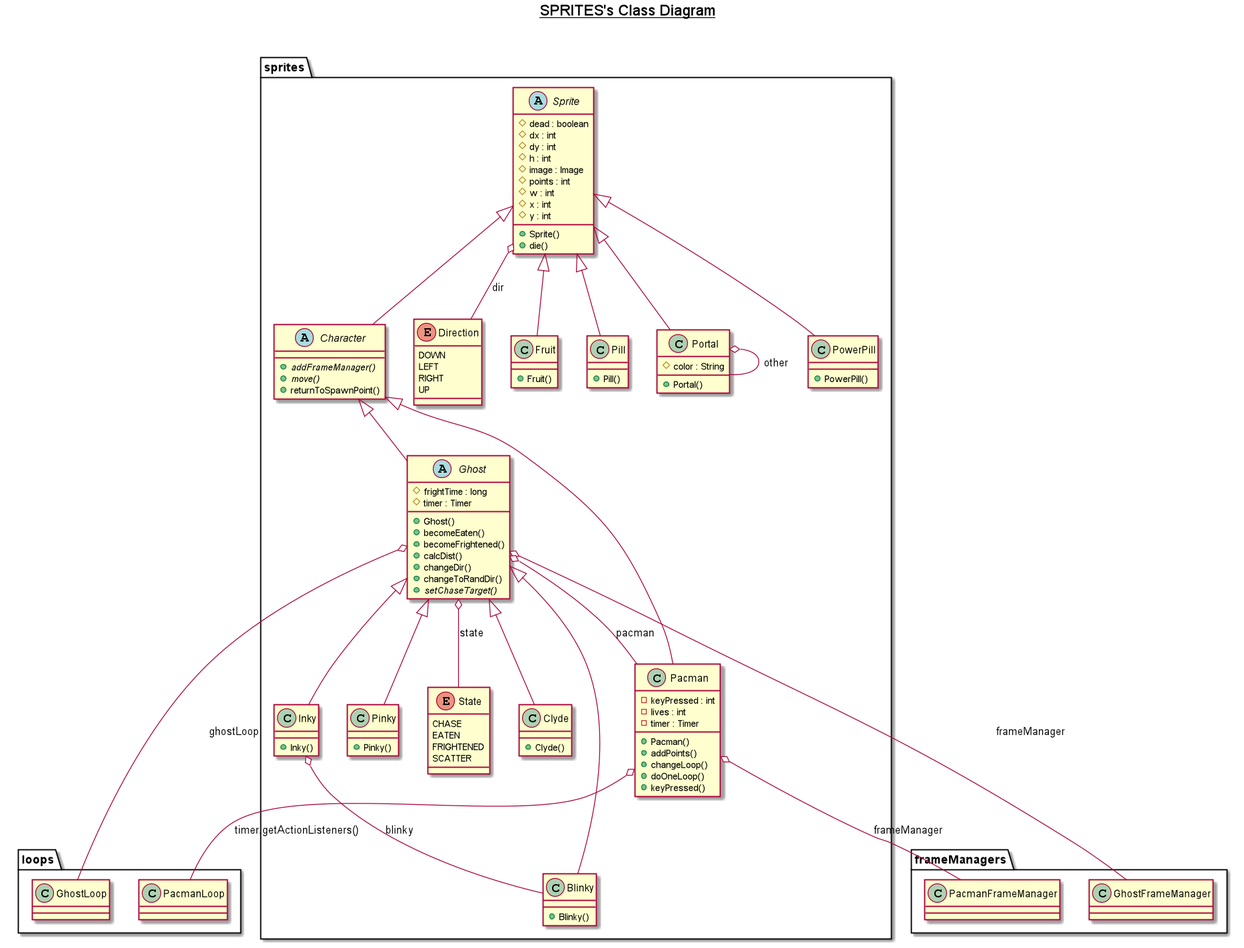
Above: UMLs/sprites.png in frnocentini/jpacman (PlantUML), before the change.
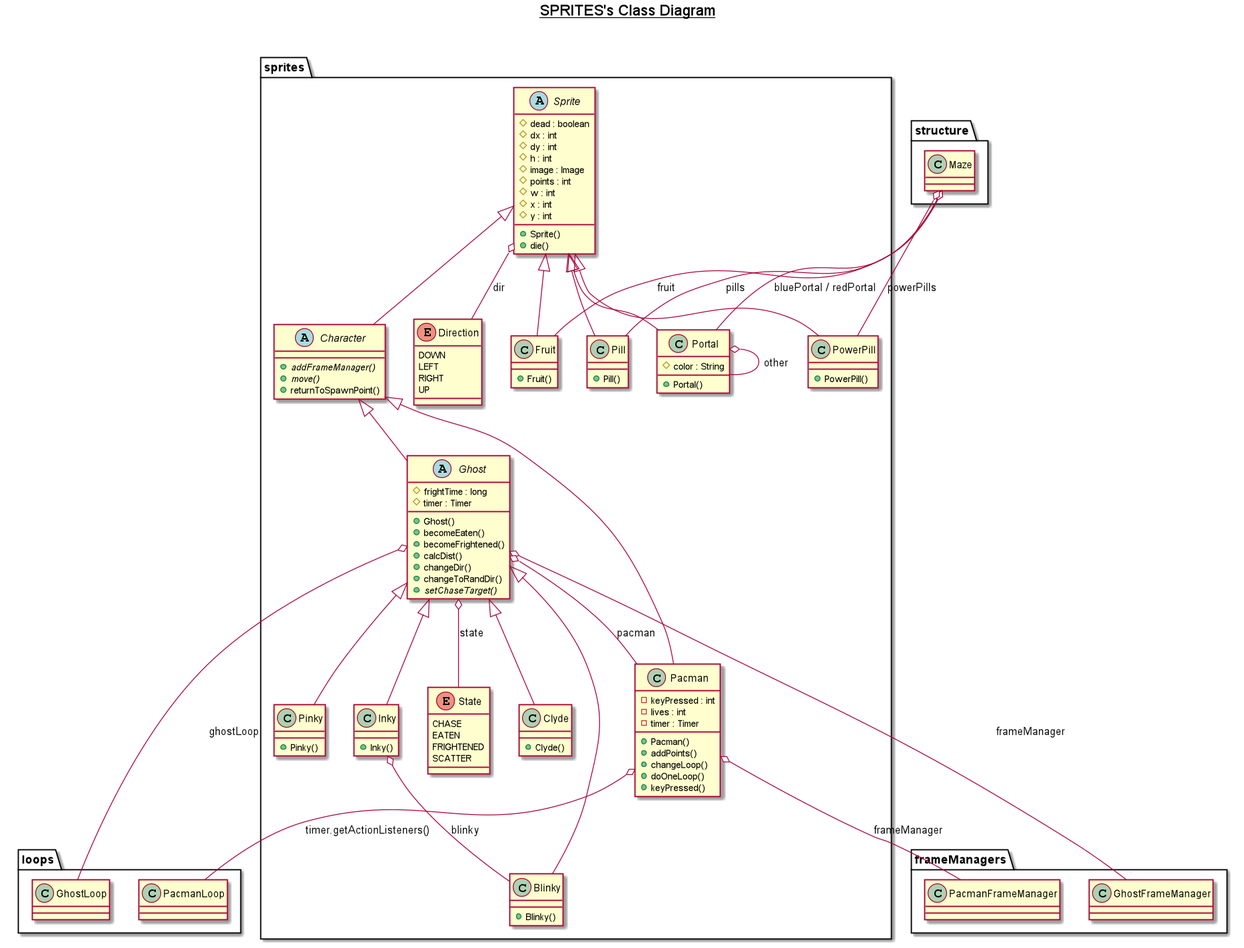
Later version of the same file.

Diff of the diagram source:
```diff
@@ -101,6 +101,10 @@
   sprites.Portal o-- sprites.Portal : other
   sprites.PowerPill -up-|> sprites.Sprite
   sprites.Sprite o-- sprites.Direction : dir
+  structure.Maze o-- sprites.Portal : bluePortal / redPortal
+    structure.Maze o-- sprites.Pill : pills
+    structure.Maze o-- sprites.Fruit : fruit
+    structure.Maze o-- sprites.PowerPill : powerPills
 
 
 @enduml
```
